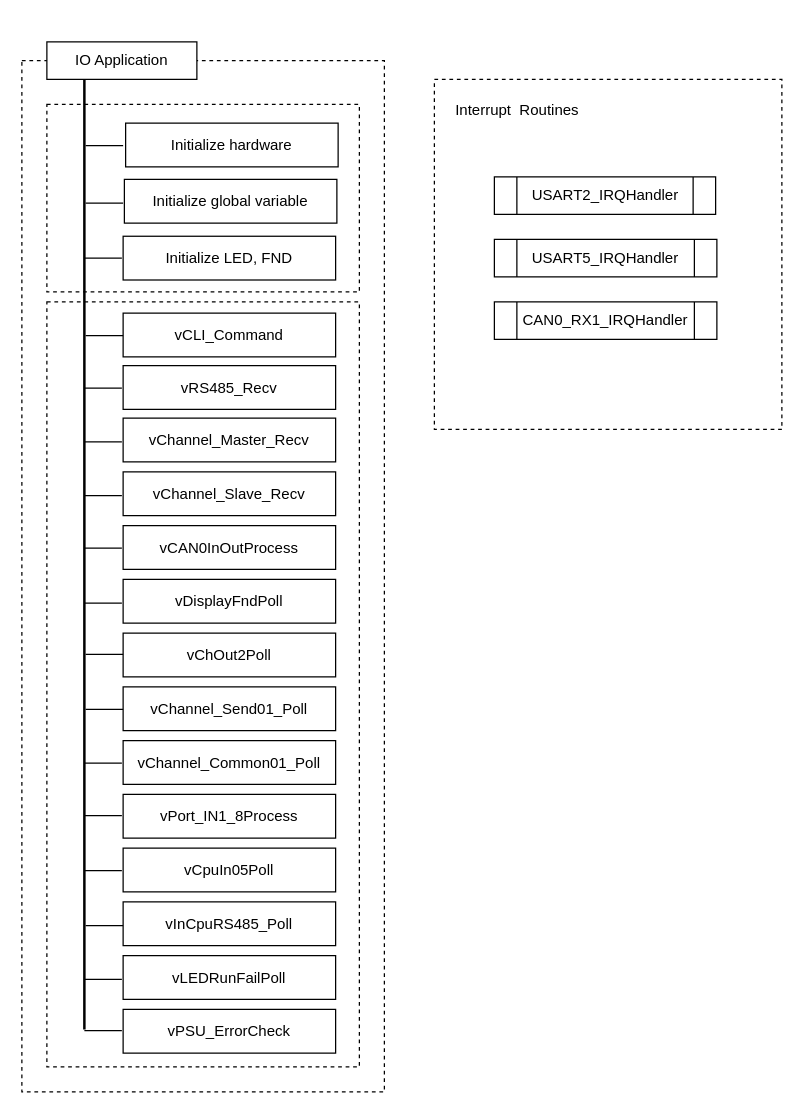
Above: page "IO - INPUT 계층구조" (3 of 4) of EABS/Document_Pack/ASDD/BlockDiagram/eabs_asdd_draw_02.drawio in chillin2/MyDraw.io (draw.io), before the change. Source tidied: cells renumbered, new cells numbered last; positions are measured from the earlier drawing's top-left corner, leaving out a move shared by most shapes. Both pictures are drawn from the tidied source at 125%, with x=0, y=0 at pixel (21, 41).
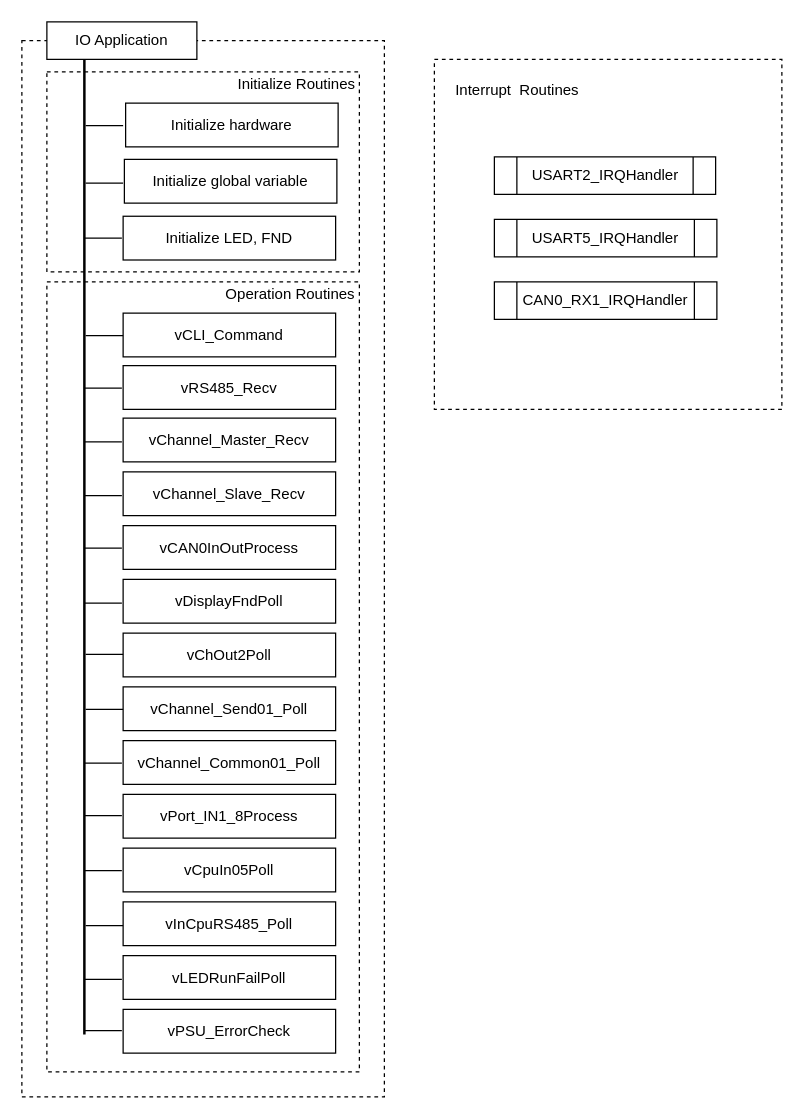
The same diagram, later.

Diff of the diagram source:
```diff
@@
     <mxCell id="2" style="rounded=0;whiteSpace=wrap;html=1;dashed=1;" parent="1" vertex="1">
-      <mxGeometry y="15" width="290" height="825" as="geometry" />
+      <mxGeometry y="-1" width="290" height="845" as="geometry" />
     </mxCell>
     <mxCell id="3" style="rounded=0;whiteSpace=wrap;html=1;dashed=1;" parent="1" vertex="1">
-      <mxGeometry x="20" y="208" width="250" height="612" as="geometry" />
+      <mxGeometry x="20" y="192" width="250" height="632" as="geometry" />
     </mxCell>
     <mxCell id="4" style="rounded=0;whiteSpace=wrap;html=1;dashed=1;" parent="1" vertex="1">
-      <mxGeometry x="20" y="50" width="250" height="150" as="geometry" />
+      <mxGeometry x="20" y="24" width="250" height="160" as="geometry" />
     </mxCell>
     <mxCell id="5" value="Initialize hardware" style="rounded=0;whiteSpace=wrap;html=1;" parent="1" vertex="1">
-      <mxGeometry x="83" y="65" width="170" height="35" as="geometry" />
+      <mxGeometry x="83" y="49" width="170" height="35" as="geometry" />
     </mxCell>
     <mxCell id="6" style="rounded=0;whiteSpace=wrap;html=1;dashed=1;" parent="1" vertex="1">
-      <mxGeometry x="330" y="30" width="278" height="280" as="geometry" />
+      <mxGeometry x="330" y="14" width="278" height="280" as="geometry" />
     </mxCell>
     <mxCell id="7" value="Interrupt&amp;nbsp; Routines" style="text;html=1;strokeColor=none;fillColor=none;align=center;verticalAlign=middle;whiteSpace=wrap;rounded=0;" parent="1" vertex="1">
-      <mxGeometry x="333" y="40" width="127" height="30" as="geometry" />
+      <mxGeometry x="333" y="24" width="127" height="30" as="geometry" />
     </mxCell>
     <mxCell id="8" value="USART2_IRQHandler" style="shape=process;whiteSpace=wrap;html=1;backgroundOutline=1;" parent="1" vertex="1">
-      <mxGeometry x="378" y="108" width="177" height="30" as="geometry" />
+      <mxGeometry x="378" y="92" width="177" height="30" as="geometry" />
     </mxCell>
     <mxCell id="9" value="Initialize global variable" style="rounded=0;whiteSpace=wrap;html=1;" parent="1" vertex="1">
-      <mxGeometry x="82" y="110" width="170" height="35" as="geometry" />
+      <mxGeometry x="82" y="94" width="170" height="35" as="geometry" />
     </mxCell>
     <mxCell id="10" value="Initialize LED, FND" style="rounded=0;whiteSpace=wrap;html=1;" parent="1" vertex="1">
-      <mxGeometry x="81" y="155.5" width="170" height="35" as="geometry" />
+      <mxGeometry x="81" y="139.5" width="170" height="35" as="geometry" />
     </mxCell>
@@
     <mxCell id="25" value="USART5_IRQHandler" style="shape=process;whiteSpace=wrap;html=1;backgroundOutline=1;" parent="1" vertex="1">
-      <mxGeometry x="378" y="158" width="178" height="30" as="geometry" />
+      <mxGeometry x="378" y="142" width="178" height="30" as="geometry" />
     </mxCell>
     <mxCell id="26" value="CAN0_RX1_IRQHandler" style="shape=process;whiteSpace=wrap;html=1;backgroundOutline=1;" parent="1" vertex="1">
-      <mxGeometry x="378" y="208" width="178" height="30" as="geometry" />
+      <mxGeometry x="378" y="192" width="178" height="30" as="geometry" />
     </mxCell>
     <mxCell id="27" value="IO Application" style="rounded=0;whiteSpace=wrap;html=1;" parent="1" vertex="1">
-      <mxGeometry x="20" width="120" height="30" as="geometry" />
+      <mxGeometry x="20" y="-16" width="120" height="30" as="geometry" />
     </mxCell>
     <mxCell id="28" style="endArrow=none;html=1;rounded=0;entryX=0.25;entryY=1;entryDx=0;entryDy=0;strokeWidth=2;" parent="1" edge="1">
       <mxGeometry relative="1" as="geometry">
-        <mxPoint x="50" y="790" as="sourcePoint" />
-        <mxPoint x="50" y="30" as="targetPoint" />
+        <mxPoint x="50" y="794" as="sourcePoint" />
+        <mxPoint x="50" y="14" as="targetPoint" />
       </mxGeometry>
     </mxCell>
@@
     <mxCell id="43" style="endArrow=none;html=1;rounded=0;" parent="1" edge="1">
       <mxGeometry relative="1" as="geometry">
-        <mxPoint x="50" y="173" as="sourcePoint" />
-        <mxPoint x="80" y="173" as="targetPoint" />
+        <mxPoint x="50" y="157" as="sourcePoint" />
+        <mxPoint x="80" y="157" as="targetPoint" />
       </mxGeometry>
     </mxCell>
     <mxCell id="44" style="endArrow=none;html=1;rounded=0;" parent="1" edge="1">
       <mxGeometry relative="1" as="geometry">
-        <mxPoint x="51" y="129" as="sourcePoint" />
-        <mxPoint x="81" y="129" as="targetPoint" />
+        <mxPoint x="51" y="113" as="sourcePoint" />
+        <mxPoint x="81" y="113" as="targetPoint" />
       </mxGeometry>
     </mxCell>
     <mxCell id="45" style="endArrow=none;html=1;rounded=0;" parent="1" edge="1">
       <mxGeometry relative="1" as="geometry">
-        <mxPoint x="51" y="83" as="sourcePoint" />
-        <mxPoint x="81" y="83" as="targetPoint" />
+        <mxPoint x="51" y="67" as="sourcePoint" />
+        <mxPoint x="81" y="67" as="targetPoint" />
       </mxGeometry>
     </mxCell>
+    <mxCell id="46" value="Initialize Routines" style="text;html=1;strokeColor=none;fillColor=none;align=center;verticalAlign=middle;whiteSpace=wrap;rounded=0;" parent="1" vertex="1">
+      <mxGeometry x="170" y="24" width="100" height="20" as="geometry" />
+    </mxCell>
+    <mxCell id="47" value="Operation Routines" style="text;html=1;strokeColor=none;fillColor=none;align=center;verticalAlign=middle;whiteSpace=wrap;rounded=0;" parent="1" vertex="1">
+      <mxGeometry x="160" y="192" width="110" height="20" as="geometry" />
+    </mxCell>
```
